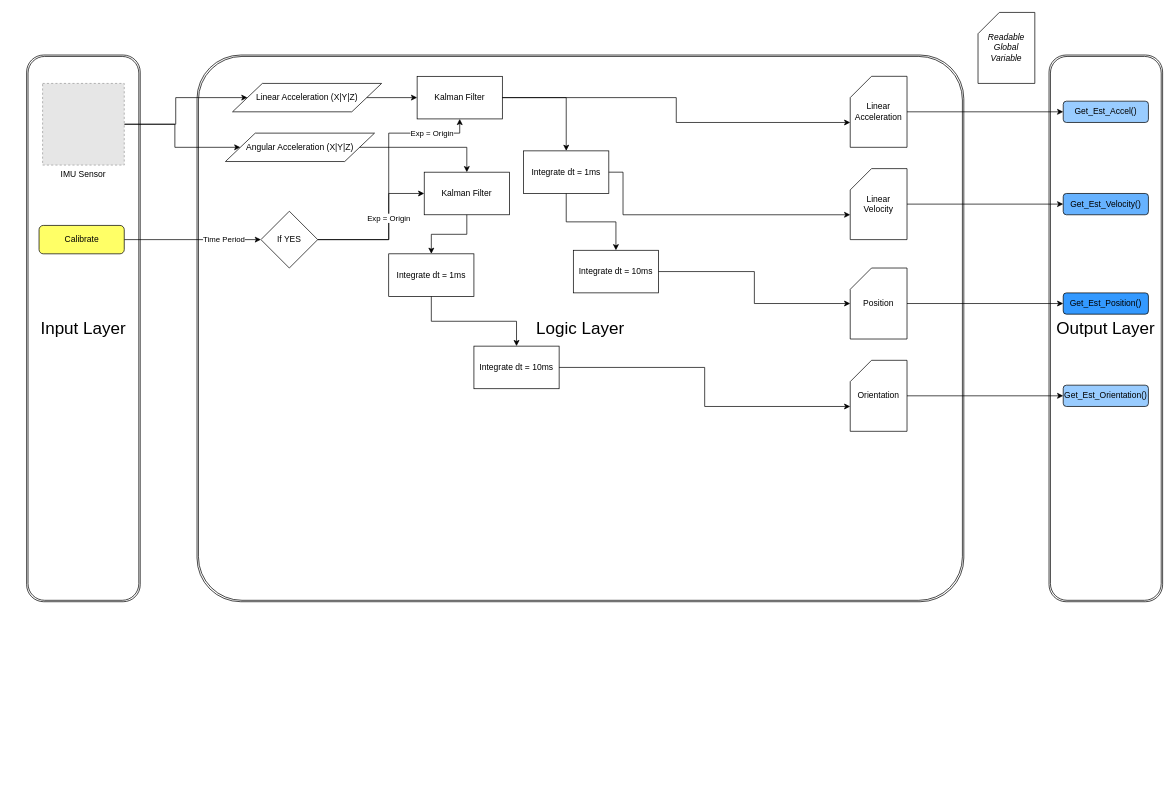
antarikshnarain/ArtemisLeapFrog keeps this draw.io diagram as page "IMU Library" (3 of 7) of Documentation/Leapfrog_Architecture.drawio. Above is the earlier version. Source tidied: cells renumbered, new cells numbered last; positions are measured from the earlier drawing's top-left corner, leaving out a move shared by most shapes. Both pictures are drawn from the tidied source at 71%, with x=0, y=0 at pixel (26, 12). Pictures stored in the file or linked from it are replaced by grey dashed boxes.
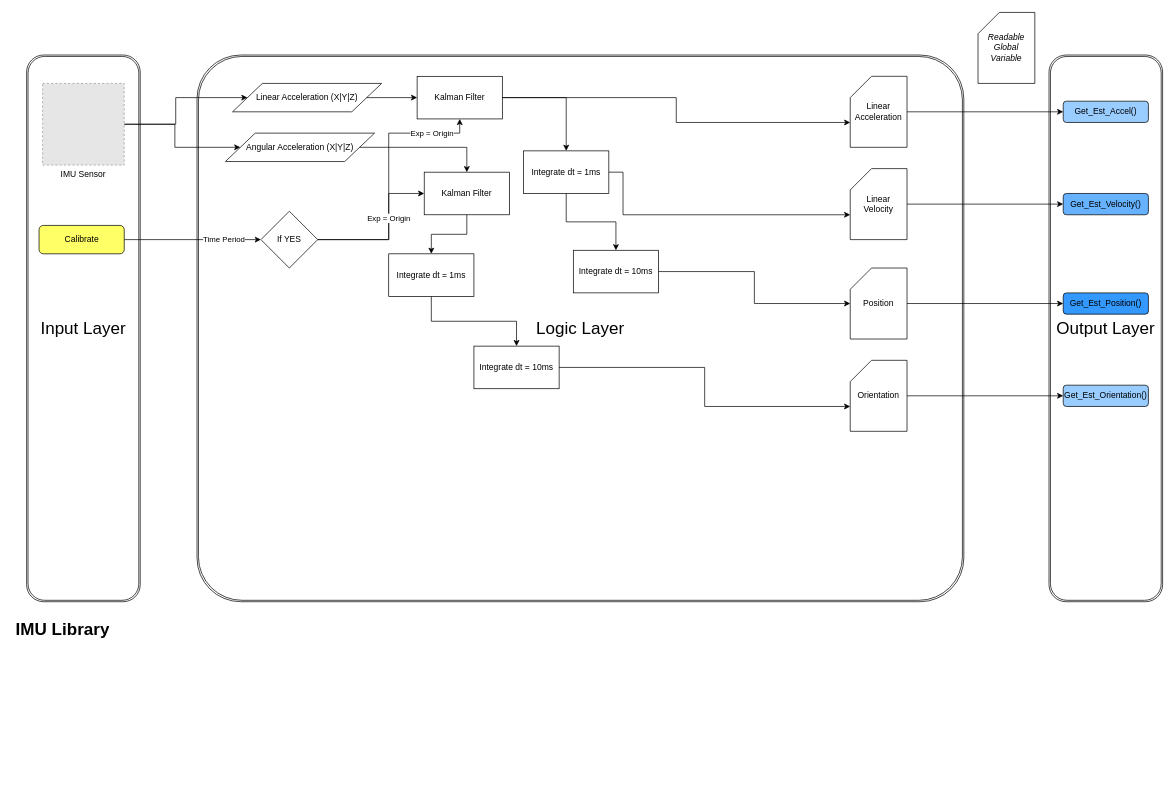
The same page after the edit.

Diff of the diagram source:
```diff
@@
+    <mxCell id="44" value="&lt;h1&gt;IMU Library&lt;/h1&gt;&lt;p&gt;&lt;/p&gt;" style="text;html=1;strokeColor=none;fillColor=none;spacing=5;spacingTop=-20;whiteSpace=wrap;overflow=hidden;rounded=0;" parent="1" vertex="1">
+      <mxGeometry x="-20" y="850" width="280" height="220" as="geometry" />
+    </mxCell>
```
